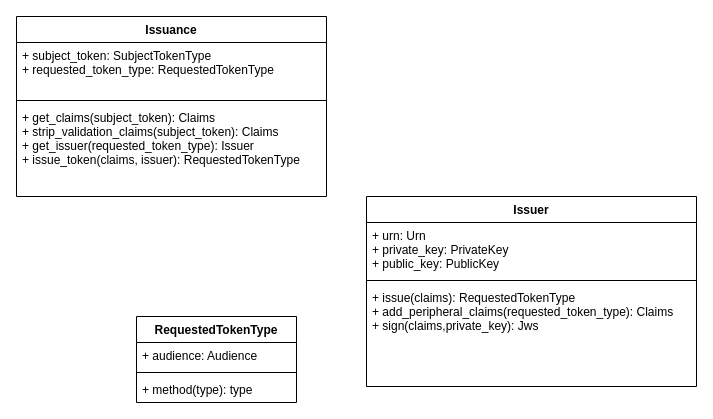
This is page "Issuance" (7 of 8) of Secure Token Exchange.drawio from dachachacha/dotfiles, a draw.io file, before an edit. Source tidied: cells renumbered, new cells numbered last; positions are measured from the earlier drawing's top-left corner, leaving out a move shared by most shapes. Both pictures are drawn from the tidied source at 100%, with x=0, y=0 at pixel (16, 16).
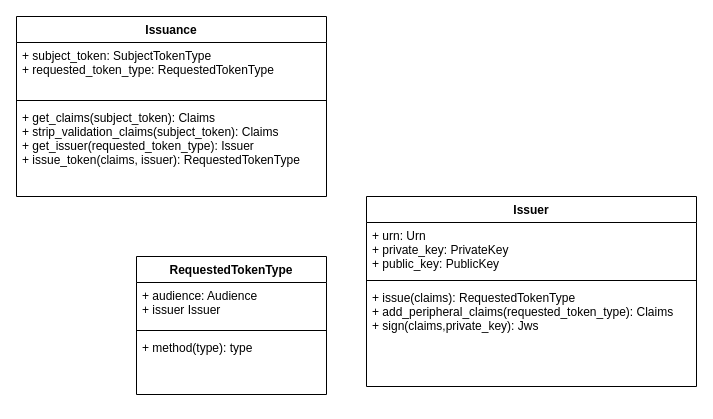
The same diagram, later.

The edit, as a diff of the source:
```diff
@@
 <mxGraphModel>
   <root>
     <mxCell id="0" />
     <mxCell id="1" parent="0" />
     <mxCell id="2" value="RequestedTokenType" style="swimlane;fontStyle=1;align=center;verticalAlign=top;horizontal=1;startSize=26;" parent="1" vertex="1">
-      <mxGeometry x="120" y="300" width="160" height="86" as="geometry" />
+      <mxGeometry x="120" y="240" width="190" height="138" as="geometry" />
     </mxCell>
-    <mxCell id="3" value="+ audience: Audience" style="text;strokeColor=none;fillColor=none;align=left;verticalAlign=top;spacingLeft=4;spacingRight=4;overflow=hidden;" parent="2" vertex="1">
-      <mxGeometry y="26" width="160" height="26" as="geometry" />
+    <mxCell id="3" value="+ audience: Audience&#10;+ issuer Issuer" style="text;strokeColor=none;fillColor=none;align=left;verticalAlign=top;spacingLeft=4;spacingRight=4;overflow=hidden;" parent="2" vertex="1">
+      <mxGeometry y="26" width="190" height="44" as="geometry" />
     </mxCell>
     <mxCell id="4" style="line;strokeWidth=1;fillColor=none;align=left;verticalAlign=middle;spacingTop=-1;spacingLeft=3;spacingRight=3;labelPosition=right;" parent="2" vertex="1">
-      <mxGeometry y="52" width="160" height="8" as="geometry" />
+      <mxGeometry y="70" width="190" height="8" as="geometry" />
     </mxCell>
     <mxCell id="5" value="+ method(type): type" style="text;strokeColor=none;fillColor=none;align=left;verticalAlign=top;spacingLeft=4;spacingRight=4;overflow=hidden;" parent="2" vertex="1">
-      <mxGeometry y="60" width="160" height="26" as="geometry" />
+      <mxGeometry y="78" width="190" height="60" as="geometry" />
     </mxCell>
     <mxCell id="6" value="Issuer" style="swimlane;fontStyle=1;align=center;verticalAlign=top;horizontal=1;startSize=26;" parent="1" vertex="1">
       <mxGeometry x="350" y="180" width="330" height="190" as="geometry" />
     </mxCell>
     <mxCell id="7" value="+ urn: Urn&#10;+ private_key: PrivateKey&#10;+ public_key: PublicKey" style="text;strokeColor=none;fillColor=none;align=left;verticalAlign=top;spacingLeft=4;spacingRight=4;overflow=hidden;" parent="6" vertex="1">
       <mxGeometry y="26" width="330" height="54" as="geometry" />
     </mxCell>
     <mxCell id="8" style="line;strokeWidth=1;fillColor=none;align=left;verticalAlign=middle;spacingTop=-1;spacingLeft=3;spacingRight=3;labelPosition=right;" parent="6" vertex="1">
       <mxGeometry y="80" width="330" height="8" as="geometry" />
     </mxCell>
     <mxCell id="9" value="+ issue(claims): RequestedTokenType&#10;+ add_peripheral_claims(requested_token_type): Claims &#10;+ sign(claims,private_key): Jws&#10;" style="text;strokeColor=none;fillColor=none;align=left;verticalAlign=top;spacingLeft=4;spacingRight=4;overflow=hidden;" parent="6" vertex="1">
       <mxGeometry y="88" width="330" height="102" as="geometry" />
     </mxCell>
     <mxCell id="10" value="Issuance" style="swimlane;fontStyle=1;align=center;verticalAlign=top;horizontal=1;startSize=26;" parent="1" vertex="1">
       <mxGeometry width="310" height="180" as="geometry" />
     </mxCell>
     <mxCell id="11" value="+ subject_token: SubjectTokenType&#10;+ requested_token_type: RequestedTokenType" style="text;strokeColor=none;fillColor=none;align=left;verticalAlign=top;spacingLeft=4;spacingRight=4;overflow=hidden;" parent="10" vertex="1">
       <mxGeometry y="26" width="310" height="54" as="geometry" />
     </mxCell>
     <mxCell id="12" style="line;strokeWidth=1;fillColor=none;align=left;verticalAlign=middle;spacingTop=-1;spacingLeft=3;spacingRight=3;labelPosition=right;" parent="10" vertex="1">
       <mxGeometry y="80" width="310" height="8" as="geometry" />
     </mxCell>
     <mxCell id="13" value="+ get_claims(subject_token): Claims&#10;+ strip_validation_claims(subject_token): Claims&#10;+ get_issuer(requested_token_type): Issuer&#10;+ issue_token(claims, issuer): RequestedTokenType" style="text;strokeColor=none;fillColor=none;align=left;verticalAlign=top;spacingLeft=4;spacingRight=4;overflow=hidden;" parent="10" vertex="1">
       <mxGeometry y="88" width="310" height="92" as="geometry" />
     </mxCell>
   </root>
 </mxGraphModel>
```
